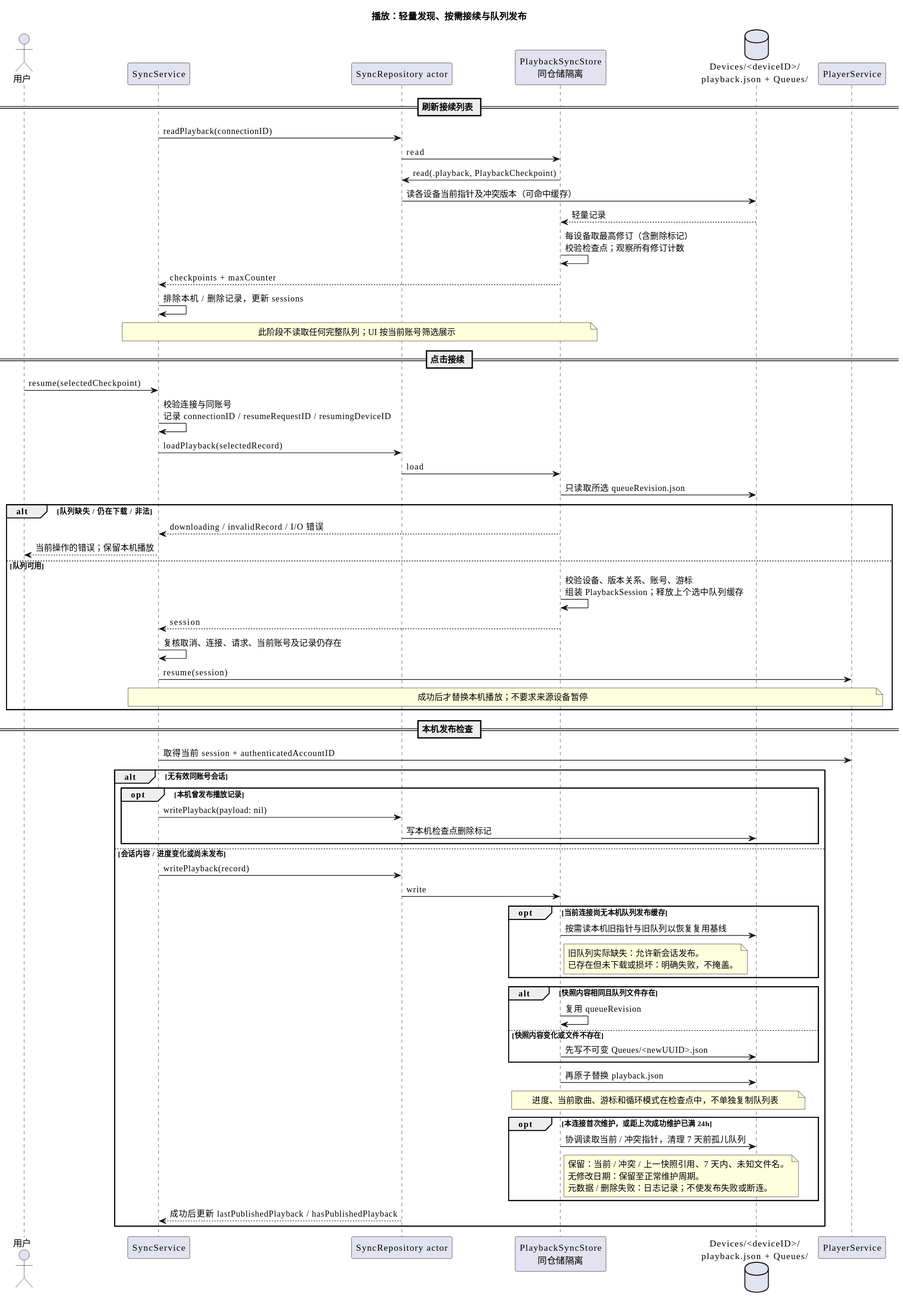
Earlier version of the PlantUML export docs/icloud-sync/playback.svg (Aut-B/kumone).
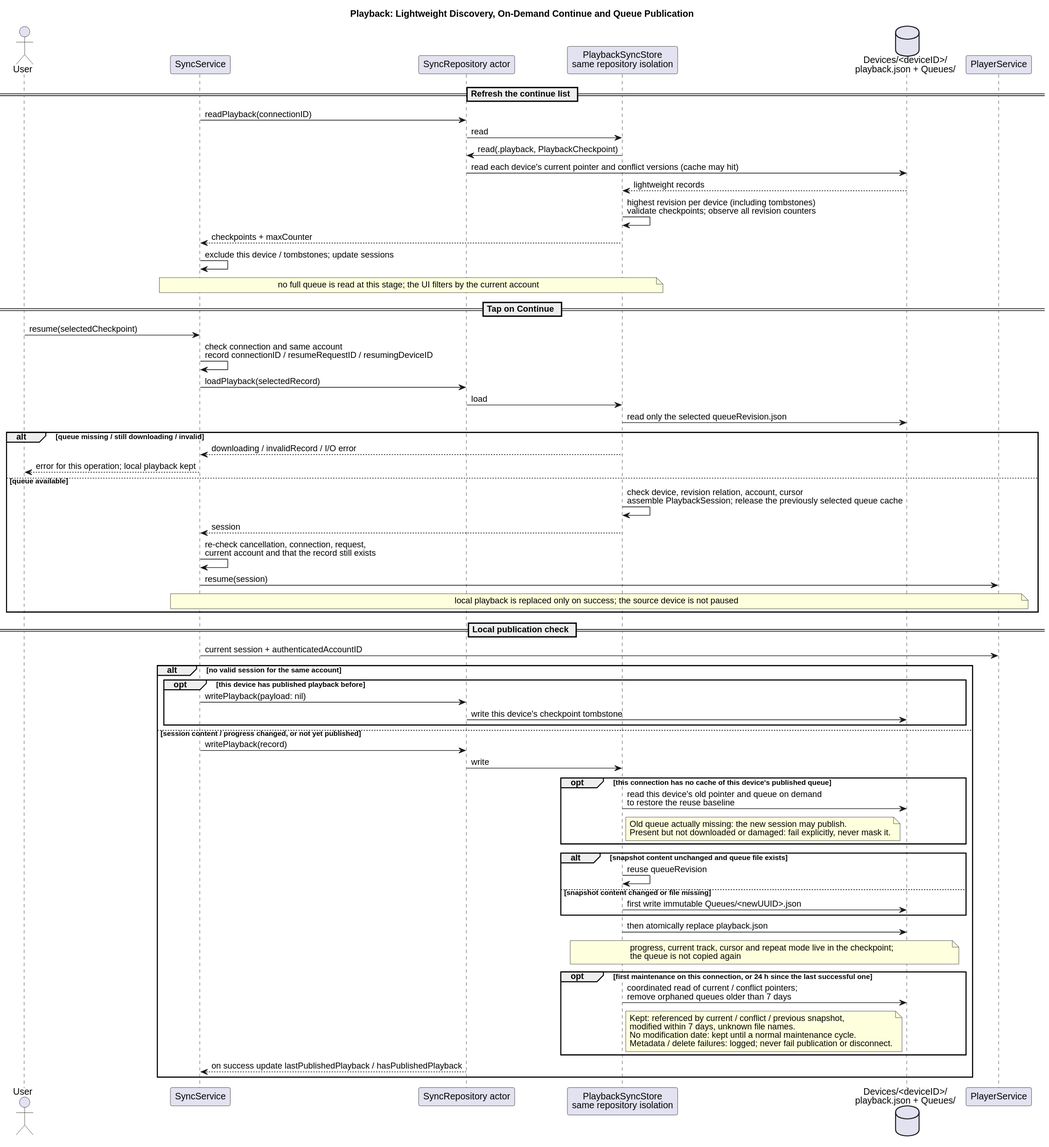
Later version of the same file.

Change to the diagram source:
```diff
@@ -1,75 +1,76 @@
 @startuml
-skinparam defaultFontName PingFang SC
+skinparam defaultFontName Helvetica
 skinparam shadowing false
-title 播放：轻量发现、按需接续与队列发布
+title Playback: Lightweight Discovery, On-Demand Continue and Queue Publication
 
-actor "用户" as User
+actor "User" as User
 participant "SyncService" as Service
 participant "SyncRepository actor" as Repo
-participant "PlaybackSyncStore\n同仓储隔离" as Store
+participant "PlaybackSyncStore\nsame repository isolation" as Store
 database "Devices/<deviceID>/\nplayback.json + Queues/" as Files
 participant "PlayerService" as Player
 
-== 刷新接续列表 ==
+== Refresh the continue list ==
 Service -> Repo : readPlayback(connectionID)
 Repo -> Store : read
 Store -> Repo : read(.playback, PlaybackCheckpoint)
-Repo -> Files : 读各设备当前指针及冲突版本（可命中缓存）
-Files --> Store : 轻量记录
-Store -> Store : 每设备取最高修订（含删除标记）\n校验检查点；观察所有修订计数
+Repo -> Files : read each device's current pointer and conflict versions (cache may hit)
+Files --> Store : lightweight records
+Store -> Store : highest revision per device (including tombstones)\nvalidate checkpoints; observe all revision counters
 Store --> Service : checkpoints + maxCounter
-Service -> Service : 排除本机 / 删除记录，更新 sessions
-note over Service,Store : 此阶段不读取任何完整队列；UI 按当前账号筛选展示
+Service -> Service : exclude this device / tombstones; update sessions
+note over Service,Store : no full queue is read at this stage; the UI filters by the current account
 
-== 点击接续 ==
+== Tap on Continue ==
 User -> Service : resume(selectedCheckpoint)
-Service -> Service : 校验连接与同账号\n记录 connectionID / resumeRequestID / resumingDeviceID
+Service -> Service : check connection and same account\nrecord connectionID / resumeRequestID / resumingDeviceID
 Service -> Repo : loadPlayback(selectedRecord)
 Repo -> Store : load
-Store -> Files : 只读取所选 queueRevision.json
-alt 队列缺失 / 仍在下载 / 非法
-  Store --> Service : downloading / invalidRecord / I/O 错误
-  Service --> User : 当前操作的错误；保留本机播放
-else 队列可用
-  Store -> Store : 校验设备、版本关系、账号、游标\n组装 PlaybackSession；释放上个选中队列缓存
+Store -> Files : read only the selected queueRevision.json
+alt queue missing / still downloading / invalid
+  Store --> Service : downloading / invalidRecord / I/O error
+  Service --> User : error for this operation; local playback kept
+else queue available
+  Store -> Store : check device, revision relation, account, cursor\nassemble PlaybackSession; release the previously selected queue cache
   Store --> Service : session
-  Service -> Service : 复核取消、连接、请求、当前账号及记录仍存在
+  Service -> Service : re-check cancellation, connection, request,\ncurrent account and that the record still exists
   Service -> Player : resume(session)
-  note over Service,Player : 成功后才替换本机播放；不要求来源设备暂停
+  note over Service,Player : local playback is replaced only on success; the source device is not paused
 end
 
-== 本机发布检查 ==
-Service -> Player : 取得当前 session + authenticatedAccountID
-alt 无有效同账号会话
-  opt 本机曾发布播放记录
+== Local publication check ==
+Service -> Player : current session + authenticatedAccountID
+alt no valid session for the same account
+  opt this device has published playback before
     Service -> Repo : writePlayback(payload: nil)
-    Repo -> Files : 写本机检查点删除标记
+    Repo -> Files : write this device's checkpoint tombstone
   end
-else 会话内容 / 进度变化或尚未发布
+else session content / progress changed, or not yet published
   Service -> Repo : writePlayback(record)
   Repo -> Store : write
-  opt 当前连接尚无本机队列发布缓存
-    Store -> Files : 按需读本机旧指针与旧队列以恢复复用基线
+  opt this connection has no cache of this device's published queue
+    Store -> Files : read this device's old pointer and queue on demand\nto restore the reuse baseline
     note right of Store
-      旧队列实际缺失：允许新会话发布。
-      已存在但未下载或损坏：明确失败，不掩盖。
+      Old queue actually missing: the new session may publish.
+      Present but not downloaded or damaged: fail explicitly, never mask it.
     end note
   end
-  alt 快照内容相同且队列文件存在
-    Store -> Store : 复用 queueRevision
-  else 快照内容变化或文件不存在
-    Store -> Files : 先写不可变 Queues/<newUUID>.json
+  alt snapshot content unchanged and queue file exists
+    Store -> Store : reuse queueRevision
+  else snapshot content changed or file missing
+    Store -> Files : first write immutable Queues/<newUUID>.json
   end
-  Store -> Files : 再原子替换 playback.json
-  note over Store,Files : 进度、当前歌曲、游标和循环模式在检查点中，不单独复制队列表
-  opt 本连接首次维护，或距上次成功维护已满 24h
-    Store -> Files : 协调读取当前 / 冲突指针，清理 7 天前孤儿队列
+  Store -> Files : then atomically replace playback.json
+  note over Store,Files : progress, current track, cursor and repeat mode live in the checkpoint;\nthe queue is not copied again
+  opt first maintenance on this connection, or 24 h since the last successful one
+    Store -> Files : coordinated read of current / conflict pointers;\nremove orphaned queues older than 7 days
     note right of Store
-      保留：当前 / 冲突 / 上一快照引用、7 天内、未知文件名。
-      无修改日期：保留至正常维护周期。
-      元数据 / 删除失败：日志记录；不使发布失败或断连。
+      Kept: referenced by current / conflict / previous snapshot,
+      modified within 7 days, unknown file names.
+      No modification date: kept until a normal maintenance cycle.
+      Metadata / delete failures: logged; never fail publication or disconnect.
     end note
   end
-  Repo --> Service : 成功后更新 lastPublishedPlayback / hasPublishedPlayback
+  Repo --> Service : on success update lastPublishedPlayback / hasPublishedPlayback
 end
 @enduml
```
